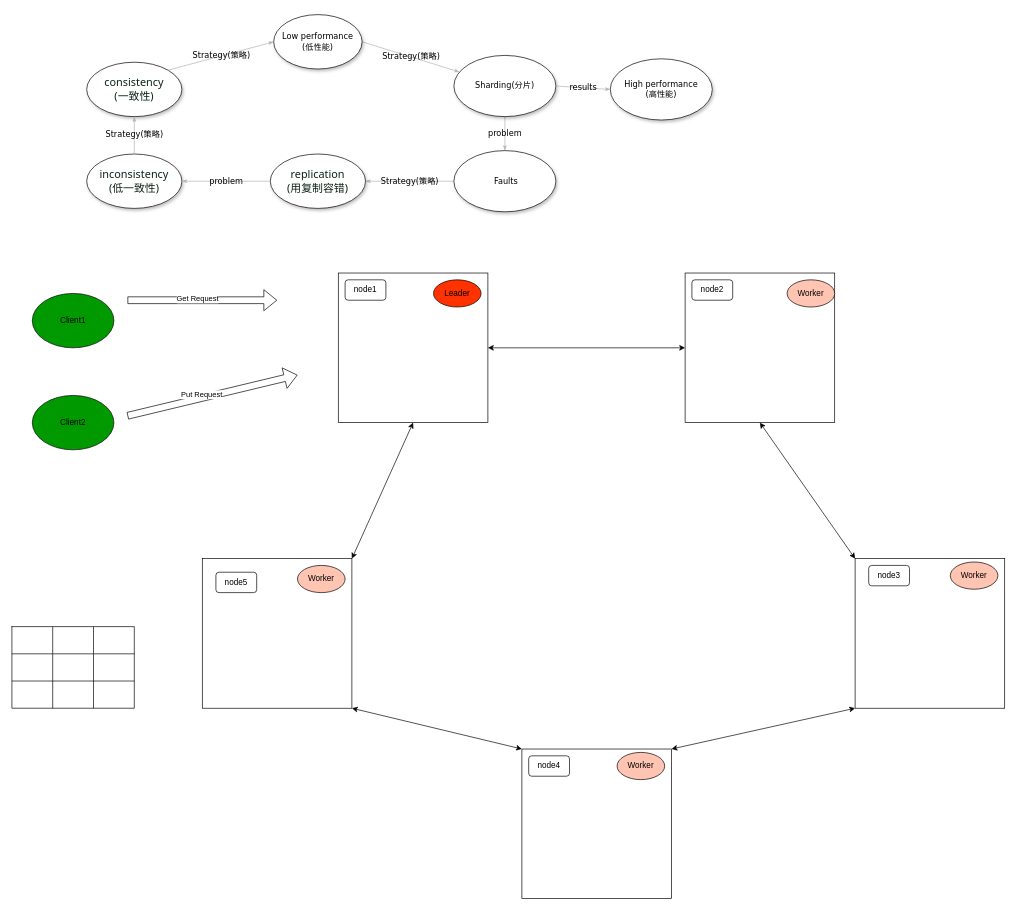
Before: 分布式理论.drawio in GIS142857/UML, a draw.io diagram. Source tidied: cells renumbered, new cells numbered last; positions are measured from the earlier drawing's top-left corner, leaving out a move shared by most shapes. Both pictures are drawn from the tidied source at 68%, with x=0, y=0 at pixel (12, 14).
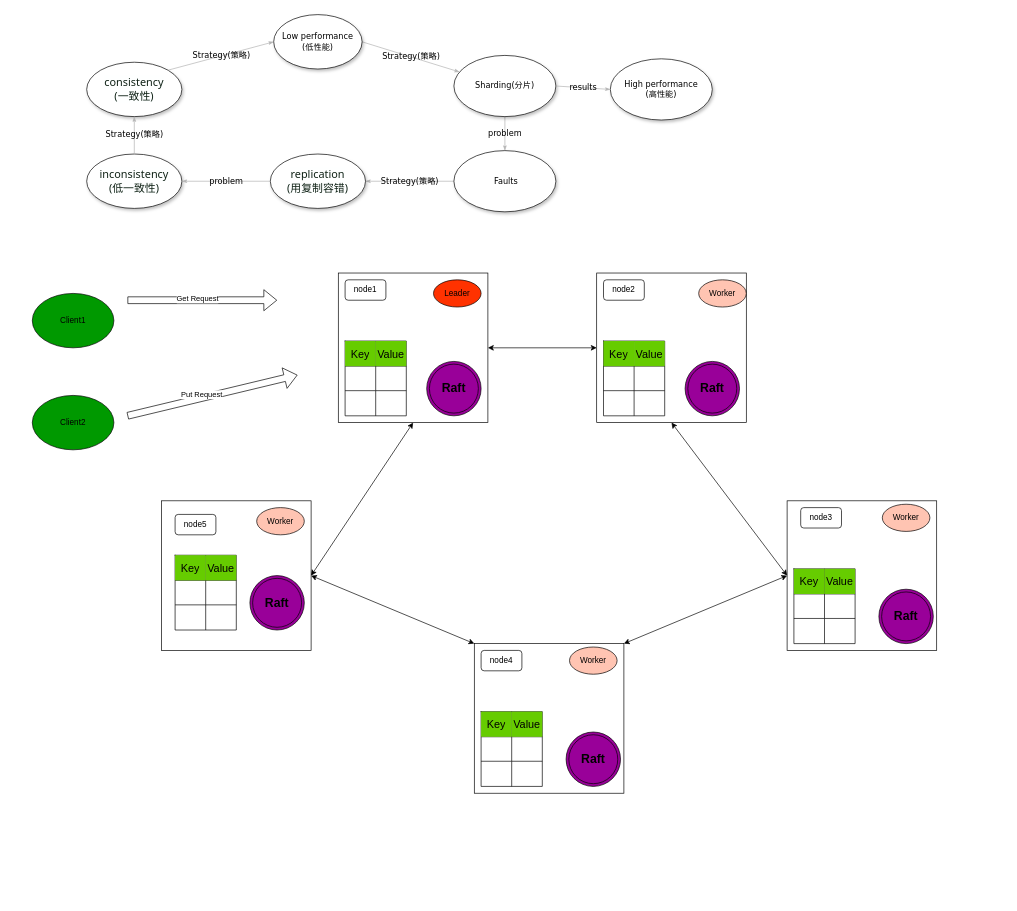
The same page after the edit.

Commit message:
Update 分布式理论.drawio

Unchanged cells that the change refers to:
```xml
<mxCell id="16" style="whiteSpace=wrap;html=1;" parent="1" vertex="1">
  <mxGeometry x="480" y="380" width="220" height="220" as="geometry" />
</mxCell>
```

What changed in the source:
```diff
@@
     <mxCell id="17" style="whiteSpace=wrap;html=1;" parent="1" vertex="1">
-      <mxGeometry x="750" y="1080" width="220" height="220" as="geometry" />
+      <mxGeometry x="680" y="925" width="220" height="220" as="geometry" />
     </mxCell>
     <mxCell id="18" style="whiteSpace=wrap;html=1;" parent="1" vertex="1">
-      <mxGeometry x="990" y="380" width="220" height="220" as="geometry" />
+      <mxGeometry x="860" y="380" width="220" height="220" as="geometry" />
     </mxCell>
-    <mxCell id="19" style="endArrow=classic;startArrow=classic;html=1;rounded=0;entryX=0;entryY=1;entryDx=0;entryDy=0;exitX=1;exitY=0;exitDx=0;exitDy=0;" parent="1" edge="1" source="17" target="30">
+    <mxCell id="19" style="endArrow=classic;startArrow=classic;html=1;rounded=0;entryX=0;entryY=0.5;entryDx=0;entryDy=0;exitX=1;exitY=0;exitDx=0;exitDy=0;" parent="1" edge="1" source="17" target="30">
       <mxGeometry relative="1" as="geometry" />
     </mxCell>
-    <mxCell id="20" style="endArrow=classic;startArrow=classic;html=1;rounded=0;entryX=1;entryY=1;entryDx=0;entryDy=0;exitX=0;exitY=0;exitDx=0;exitDy=0;" parent="1" edge="1" source="17" target="32">
+    <mxCell id="20" style="endArrow=classic;startArrow=classic;html=1;rounded=0;entryX=1;entryY=0.5;entryDx=0;entryDy=0;exitX=0;exitY=0;exitDx=0;exitDy=0;" parent="1" edge="1" source="17" target="32">
       <mxGeometry relative="1" as="geometry" />
     </mxCell>
@@
     <mxCell id="29" value="node2" style="rounded=1;whiteSpace=wrap;html=1;" parent="1" vertex="1">
-      <mxGeometry x="1000" y="390" width="60" height="30" as="geometry" />
+      <mxGeometry x="870" y="390" width="60" height="30" as="geometry" />
     </mxCell>
     <mxCell id="30" style="whiteSpace=wrap;html=1;" parent="1" vertex="1">
-      <mxGeometry x="1240" y="800" width="220" height="220" as="geometry" />
+      <mxGeometry x="1140" y="715" width="220" height="220" as="geometry" />
     </mxCell>
     <mxCell id="31" value="node4" style="rounded=1;whiteSpace=wrap;html=1;" parent="1" vertex="1">
-      <mxGeometry x="760" y="1090" width="60" height="30" as="geometry" />
+      <mxGeometry x="690" y="935" width="60" height="30" as="geometry" />
     </mxCell>
     <mxCell id="32" style="whiteSpace=wrap;html=1;" parent="1" vertex="1">
-      <mxGeometry x="280" y="800" width="220" height="220" as="geometry" />
+      <mxGeometry x="220" y="715" width="220" height="220" as="geometry" />
     </mxCell>
     <mxCell id="33" value="node5" style="rounded=1;whiteSpace=wrap;html=1;" parent="1" vertex="1">
-      <mxGeometry x="300" y="820" width="60" height="30" as="geometry" />
+      <mxGeometry x="240" y="735" width="60" height="30" as="geometry" />
     </mxCell>
     <mxCell id="34" value="node3" style="rounded=1;whiteSpace=wrap;html=1;" parent="1" vertex="1">
-      <mxGeometry x="1260" y="810" width="60" height="30" as="geometry" />
+      <mxGeometry x="1160" y="725" width="60" height="30" as="geometry" />
     </mxCell>
-    <mxCell id="35" style="endArrow=classic;startArrow=classic;html=1;rounded=0;entryX=1;entryY=0;entryDx=0;entryDy=0;exitX=0.5;exitY=1;exitDx=0;exitDy=0;" parent="1" edge="1" source="16" target="32">
+    <mxCell id="35" style="endArrow=classic;startArrow=classic;html=1;rounded=0;entryX=1;entryY=0.5;entryDx=0;entryDy=0;exitX=0.5;exitY=1;exitDx=0;exitDy=0;" parent="1" edge="1" source="16" target="32">
       <mxGeometry relative="1" as="geometry" />
     </mxCell>
-    <mxCell id="36" style="endArrow=classic;startArrow=classic;html=1;rounded=0;entryX=0.5;entryY=1;entryDx=0;entryDy=0;exitX=0;exitY=0;exitDx=0;exitDy=0;" parent="1" edge="1" source="30" target="18">
+    <mxCell id="36" style="endArrow=classic;startArrow=classic;html=1;rounded=0;entryX=0.5;entryY=1;entryDx=0;entryDy=0;exitX=0;exitY=0.5;exitDx=0;exitDy=0;" parent="1" edge="1" source="30" target="18">
       <mxGeometry relative="1" as="geometry" />
     </mxCell>
@@
     <mxCell id="38" value="Worker" style="ellipse;whiteSpace=wrap;html=1;fillColor=light-dark(#FFC4B2,var(--ge-dark-color, #121212));" parent="1" vertex="1">
-      <mxGeometry x="1140" y="390" width="70" height="40" as="geometry" />
+      <mxGeometry x="1010" y="390" width="70" height="40" as="geometry" />
     </mxCell>
     <mxCell id="39" value="Worker" style="ellipse;whiteSpace=wrap;html=1;fillColor=light-dark(#FFC4B2,var(--ge-dark-color, #121212));" parent="1" vertex="1">
-      <mxGeometry x="1380" y="805" width="70" height="40" as="geometry" />
+      <mxGeometry x="1280" y="720" width="70" height="40" as="geometry" />
     </mxCell>
     <mxCell id="40" value="Worker" style="ellipse;whiteSpace=wrap;html=1;fillColor=light-dark(#FFC4B2,var(--ge-dark-color, #121212));" parent="1" vertex="1">
-      <mxGeometry x="890" y="1085" width="70" height="40" as="geometry" />
+      <mxGeometry x="820" y="930" width="70" height="40" as="geometry" />
     </mxCell>
     <mxCell id="41" value="Worker" style="ellipse;whiteSpace=wrap;html=1;fillColor=light-dark(#FFC4B2,var(--ge-dark-color, #121212));" parent="1" vertex="1">
-      <mxGeometry x="420" y="810" width="70" height="40" as="geometry" />
+      <mxGeometry x="360" y="725" width="70" height="40" as="geometry" />
     </mxCell>
     <mxCell id="42" style="shape=table;startSize=0;childLayout=tableLayout;fontSize=16;" parent="1" vertex="1">
-      <mxGeometry y="900" width="180" height="120" as="geometry" />
+      <mxGeometry x="240" y="795" width="90" height="110" as="geometry" />
     </mxCell>
     <mxCell id="43" style="shape=tableRow;horizontal=0;startSize=0;swimlaneHead=0;swimlaneBody=0;strokeColor=inherit;top=0;left=0;bottom=0;right=0;fillColor=none;fontSize=16;" parent="42" vertex="1">
-      <mxGeometry width="180" height="40" as="geometry" />
+      <mxGeometry width="90" height="37" as="geometry" />
     </mxCell>
-    <mxCell id="44" style="shape=partialRectangle;html=1;whiteSpace=wrap;strokeColor=inherit;overflow=hidden;fillColor=none;top=0;left=0;bottom=0;right=0;fontSize=16;" parent="43" vertex="1">
-      <mxGeometry width="60" height="40" as="geometry" />
+    <mxCell id="44" value="Key" style="shape=partialRectangle;html=1;whiteSpace=wrap;strokeColor=inherit;overflow=hidden;fillColor=#66CC00;top=0;left=0;bottom=0;right=0;fontSize=16;" parent="43" vertex="1">
+      <mxGeometry width="45" height="37" as="geometry" />
     </mxCell>
-    <mxCell id="45" style="shape=partialRectangle;html=1;whiteSpace=wrap;strokeColor=inherit;overflow=hidden;fillColor=none;top=0;left=0;bottom=0;right=0;fontSize=16;" parent="43" vertex="1">
-      <mxGeometry x="60" width="60" height="40" as="geometry" />
+    <mxCell id="45" value="Value" style="shape=partialRectangle;html=1;whiteSpace=wrap;strokeColor=inherit;overflow=hidden;fillColor=#66CC00;top=0;left=0;bottom=0;right=0;fontSize=16;" parent="43" vertex="1">
+      <mxGeometry x="45" width="45" height="37" as="geometry" />
     </mxCell>
-    <mxCell id="46" style="shape=partialRectangle;html=1;whiteSpace=wrap;strokeColor=inherit;overflow=hidden;fillColor=none;top=0;left=0;bottom=0;right=0;fontSize=16;" parent="43" vertex="1">
-      <mxGeometry x="120" width="60" height="40" as="geometry" />
-    </mxCell>
     <mxCell id="47" style="shape=tableRow;horizontal=0;startSize=0;swimlaneHead=0;swimlaneBody=0;strokeColor=inherit;top=0;left=0;bottom=0;right=0;fillColor=none;points=[[0,0.5],[1,0.5]];portConstraint=eastwest;fontSize=16;" parent="42" vertex="1">
-      <mxGeometry y="40" width="180" height="40" as="geometry" />
+      <mxGeometry y="37" width="90" height="36" as="geometry" />
     </mxCell>
     <mxCell id="48" style="shape=partialRectangle;html=1;whiteSpace=wrap;strokeColor=inherit;overflow=hidden;fillColor=none;top=0;left=0;bottom=0;right=0;fontSize=16;" parent="47" vertex="1">
-      <mxGeometry width="60" height="40" as="geometry" />
+      <mxGeometry width="45" height="36" as="geometry" />
     </mxCell>
     <mxCell id="49" style="shape=partialRectangle;html=1;whiteSpace=wrap;strokeColor=inherit;overflow=hidden;fillColor=none;top=0;left=0;bottom=0;right=0;fontSize=16;" parent="47" vertex="1">
-      <mxGeometry x="60" width="60" height="40" as="geometry" />
+      <mxGeometry x="45" width="45" height="36" as="geometry" />
     </mxCell>
-    <mxCell id="50" style="shape=partialRectangle;html=1;whiteSpace=wrap;strokeColor=inherit;overflow=hidden;fillColor=none;top=0;left=0;bottom=0;right=0;fontSize=16;" parent="47" vertex="1">
-      <mxGeometry x="120" width="60" height="40" as="geometry" />
-    </mxCell>
     <mxCell id="51" style="shape=tableRow;horizontal=0;startSize=0;swimlaneHead=0;swimlaneBody=0;strokeColor=inherit;top=0;left=0;bottom=0;right=0;fillColor=none;fontSize=16;" parent="42" vertex="1">
-      <mxGeometry y="80" width="180" height="40" as="geometry" />
+      <mxGeometry y="73" width="90" height="37" as="geometry" />
     </mxCell>
     <mxCell id="52" style="shape=partialRectangle;html=1;whiteSpace=wrap;strokeColor=inherit;overflow=hidden;fillColor=none;top=0;left=0;bottom=0;right=0;fontSize=16;" parent="51" vertex="1">
-      <mxGeometry width="60" height="40" as="geometry" />
+      <mxGeometry width="45" height="37" as="geometry" />
     </mxCell>
     <mxCell id="53" style="shape=partialRectangle;html=1;whiteSpace=wrap;strokeColor=inherit;overflow=hidden;fillColor=none;top=0;left=0;bottom=0;right=0;fontSize=16;" parent="51" vertex="1">
-      <mxGeometry x="60" width="60" height="40" as="geometry" />
+      <mxGeometry x="45" width="45" height="37" as="geometry" />
     </mxCell>
-    <mxCell id="54" style="shape=partialRectangle;html=1;whiteSpace=wrap;strokeColor=inherit;overflow=hidden;fillColor=none;top=0;left=0;bottom=0;right=0;fontSize=16;" parent="51" vertex="1">
-      <mxGeometry x="120" width="60" height="40" as="geometry" />
-    </mxCell>
@@
+    <mxCell id="56" style="shape=table;startSize=0;childLayout=tableLayout;fontSize=16;" parent="1" vertex="1">
+      <mxGeometry x="690" y="1025" width="90" height="110" as="geometry" />
+    </mxCell>
+    <mxCell id="57" style="shape=tableRow;horizontal=0;startSize=0;swimlaneHead=0;swimlaneBody=0;strokeColor=inherit;top=0;left=0;bottom=0;right=0;fillColor=none;fontSize=16;" parent="56" vertex="1">
+      <mxGeometry width="90" height="37" as="geometry" />
+    </mxCell>
+    <mxCell id="58" value="Key" style="shape=partialRectangle;html=1;whiteSpace=wrap;strokeColor=inherit;overflow=hidden;fillColor=#66CC00;top=0;left=0;bottom=0;right=0;fontSize=16;" parent="57" vertex="1">
+      <mxGeometry width="45" height="37" as="geometry" />
+    </mxCell>
+    <mxCell id="59" value="Value" style="shape=partialRectangle;html=1;whiteSpace=wrap;strokeColor=inherit;overflow=hidden;fillColor=#66CC00;top=0;left=0;bottom=0;right=0;fontSize=16;" parent="57" vertex="1">
+      <mxGeometry x="45" width="45" height="37" as="geometry" />
+    </mxCell>
+    <mxCell id="60" style="shape=tableRow;horizontal=0;startSize=0;swimlaneHead=0;swimlaneBody=0;strokeColor=inherit;top=0;left=0;bottom=0;right=0;fillColor=none;points=[[0,0.5],[1,0.5]];portConstraint=eastwest;fontSize=16;" parent="56" vertex="1">
+      <mxGeometry y="37" width="90" height="36" as="geometry" />
+    </mxCell>
+    <mxCell id="61" style="shape=partialRectangle;html=1;whiteSpace=wrap;strokeColor=inherit;overflow=hidden;fillColor=none;top=0;left=0;bottom=0;right=0;fontSize=16;" parent="60" vertex="1">
+      <mxGeometry width="45" height="36" as="geometry" />
+    </mxCell>
+    <mxCell id="62" style="shape=partialRectangle;html=1;whiteSpace=wrap;strokeColor=inherit;overflow=hidden;fillColor=none;top=0;left=0;bottom=0;right=0;fontSize=16;" parent="60" vertex="1">
+      <mxGeometry x="45" width="45" height="36" as="geometry" />
+    </mxCell>
+    <mxCell id="63" style="shape=tableRow;horizontal=0;startSize=0;swimlaneHead=0;swimlaneBody=0;strokeColor=inherit;top=0;left=0;bottom=0;right=0;fillColor=none;fontSize=16;" parent="56" vertex="1">
+      <mxGeometry y="73" width="90" height="37" as="geometry" />
+    </mxCell>
+    <mxCell id="64" style="shape=partialRectangle;html=1;whiteSpace=wrap;strokeColor=inherit;overflow=hidden;fillColor=none;top=0;left=0;bottom=0;right=0;fontSize=16;" parent="63" vertex="1">
+      <mxGeometry width="45" height="37" as="geometry" />
+    </mxCell>
+    <mxCell id="65" style="shape=partialRectangle;html=1;whiteSpace=wrap;strokeColor=inherit;overflow=hidden;fillColor=none;top=0;left=0;bottom=0;right=0;fontSize=16;" parent="63" vertex="1">
+      <mxGeometry x="45" width="45" height="37" as="geometry" />
+    </mxCell>
+    <mxCell id="66" style="edgeStyle=orthogonalEdgeStyle;rounded=0;orthogonalLoop=1;jettySize=auto;html=1;exitX=1;exitY=0.5;exitDx=0;exitDy=0;" parent="56" edge="1" source="60" target="60">
+      <mxGeometry relative="1" as="geometry" />
+    </mxCell>
+    <mxCell id="67" style="shape=table;startSize=0;childLayout=tableLayout;fontSize=16;" parent="1" vertex="1">
+      <mxGeometry x="1150" y="815" width="90" height="110" as="geometry" />
+    </mxCell>
+    <mxCell id="68" style="shape=tableRow;horizontal=0;startSize=0;swimlaneHead=0;swimlaneBody=0;strokeColor=inherit;top=0;left=0;bottom=0;right=0;fillColor=none;fontSize=16;" parent="67" vertex="1">
+      <mxGeometry width="90" height="37" as="geometry" />
+    </mxCell>
+    <mxCell id="69" value="Key" style="shape=partialRectangle;html=1;whiteSpace=wrap;strokeColor=inherit;overflow=hidden;fillColor=#66CC00;top=0;left=0;bottom=0;right=0;fontSize=16;" parent="68" vertex="1">
+      <mxGeometry width="45" height="37" as="geometry" />
+    </mxCell>
+    <mxCell id="70" value="Value" style="shape=partialRectangle;html=1;whiteSpace=wrap;strokeColor=inherit;overflow=hidden;fillColor=#66CC00;top=0;left=0;bottom=0;right=0;fontSize=16;" parent="68" vertex="1">
+      <mxGeometry x="45" width="45" height="37" as="geometry" />
+    </mxCell>
+    <mxCell id="71" style="shape=tableRow;horizontal=0;startSize=0;swimlaneHead=0;swimlaneBody=0;strokeColor=inherit;top=0;left=0;bottom=0;right=0;fillColor=none;points=[[0,0.5],[1,0.5]];portConstraint=eastwest;fontSize=16;" parent="67" vertex="1">
+      <mxGeometry y="37" width="90" height="36" as="geometry" />
+    </mxCell>
+    <mxCell id="72" style="shape=partialRectangle;html=1;whiteSpace=wrap;strokeColor=inherit;overflow=hidden;fillColor=none;top=0;left=0;bottom=0;right=0;fontSize=16;" parent="71" vertex="1">
+      <mxGeometry width="45" height="36" as="geometry" />
+    </mxCell>
+    <mxCell id="73" style="shape=partialRectangle;html=1;whiteSpace=wrap;strokeColor=inherit;overflow=hidden;fillColor=none;top=0;left=0;bottom=0;right=0;fontSize=16;" parent="71" vertex="1">
+      <mxGeometry x="45" width="45" height="36" as="geometry" />
+    </mxCell>
+    <mxCell id="74" style="shape=tableRow;horizontal=0;startSize=0;swimlaneHead=0;swimlaneBody=0;strokeColor=inherit;top=0;left=0;bottom=0;right=0;fillColor=none;fontSize=16;" parent="67" vertex="1">
+      <mxGeometry y="73" width="90" height="37" as="geometry" />
+    </mxCell>
+    <mxCell id="75" style="shape=partialRectangle;html=1;whiteSpace=wrap;strokeColor=inherit;overflow=hidden;fillColor=none;top=0;left=0;bottom=0;right=0;fontSize=16;" parent="74" vertex="1">
+      <mxGeometry width="45" height="37" as="geometry" />
+    </mxCell>
+    <mxCell id="76" style="shape=partialRectangle;html=1;whiteSpace=wrap;strokeColor=inherit;overflow=hidden;fillColor=none;top=0;left=0;bottom=0;right=0;fontSize=16;" parent="74" vertex="1">
+      <mxGeometry x="45" width="45" height="37" as="geometry" />
+    </mxCell>
+    <mxCell id="77" style="edgeStyle=orthogonalEdgeStyle;rounded=0;orthogonalLoop=1;jettySize=auto;html=1;exitX=1;exitY=0.5;exitDx=0;exitDy=0;" parent="67" edge="1" source="71" target="71">
+      <mxGeometry relative="1" as="geometry" />
+    </mxCell>
+    <mxCell id="78" style="shape=table;startSize=0;childLayout=tableLayout;fontSize=16;" parent="1" vertex="1">
+      <mxGeometry x="870" y="480" width="90" height="110" as="geometry" />
+    </mxCell>
+    <mxCell id="79" style="shape=tableRow;horizontal=0;startSize=0;swimlaneHead=0;swimlaneBody=0;strokeColor=inherit;top=0;left=0;bottom=0;right=0;fillColor=none;fontSize=16;" parent="78" vertex="1">
+      <mxGeometry width="90" height="37" as="geometry" />
+    </mxCell>
+    <mxCell id="80" value="Key" style="shape=partialRectangle;html=1;whiteSpace=wrap;strokeColor=inherit;overflow=hidden;fillColor=#66CC00;top=0;left=0;bottom=0;right=0;fontSize=16;" parent="79" vertex="1">
+      <mxGeometry width="45" height="37" as="geometry" />
+    </mxCell>
+    <mxCell id="81" value="Value" style="shape=partialRectangle;html=1;whiteSpace=wrap;strokeColor=inherit;overflow=hidden;fillColor=#66CC00;top=0;left=0;bottom=0;right=0;fontSize=16;" parent="79" vertex="1">
+      <mxGeometry x="45" width="45" height="37" as="geometry" />
+    </mxCell>
+    <mxCell id="82" style="shape=tableRow;horizontal=0;startSize=0;swimlaneHead=0;swimlaneBody=0;strokeColor=inherit;top=0;left=0;bottom=0;right=0;fillColor=none;points=[[0,0.5],[1,0.5]];portConstraint=eastwest;fontSize=16;" parent="78" vertex="1">
+      <mxGeometry y="37" width="90" height="36" as="geometry" />
+    </mxCell>
+    <mxCell id="83" style="shape=partialRectangle;html=1;whiteSpace=wrap;strokeColor=inherit;overflow=hidden;fillColor=none;top=0;left=0;bottom=0;right=0;fontSize=16;" parent="82" vertex="1">
+      <mxGeometry width="45" height="36" as="geometry" />
+    </mxCell>
+    <mxCell id="84" style="shape=partialRectangle;html=1;whiteSpace=wrap;strokeColor=inherit;overflow=hidden;fillColor=none;top=0;left=0;bottom=0;right=0;fontSize=16;" parent="82" vertex="1">
+      <mxGeometry x="45" width="45" height="36" as="geometry" />
+    </mxCell>
+    <mxCell id="85" style="shape=tableRow;horizontal=0;startSize=0;swimlaneHead=0;swimlaneBody=0;strokeColor=inherit;top=0;left=0;bottom=0;right=0;fillColor=none;fontSize=16;" parent="78" vertex="1">
+      <mxGeometry y="73" width="90" height="37" as="geometry" />
+    </mxCell>
+    <mxCell id="86" style="shape=partialRectangle;html=1;whiteSpace=wrap;strokeColor=inherit;overflow=hidden;fillColor=none;top=0;left=0;bottom=0;right=0;fontSize=16;" parent="85" vertex="1">
+      <mxGeometry width="45" height="37" as="geometry" />
+    </mxCell>
+    <mxCell id="87" style="shape=partialRectangle;html=1;whiteSpace=wrap;strokeColor=inherit;overflow=hidden;fillColor=none;top=0;left=0;bottom=0;right=0;fontSize=16;" parent="85" vertex="1">
+      <mxGeometry x="45" width="45" height="37" as="geometry" />
+    </mxCell>
+    <mxCell id="88" style="edgeStyle=orthogonalEdgeStyle;rounded=0;orthogonalLoop=1;jettySize=auto;html=1;exitX=1;exitY=0.5;exitDx=0;exitDy=0;" parent="78" edge="1" source="82" target="82">
+      <mxGeometry relative="1" as="geometry" />
+    </mxCell>
+    <mxCell id="89" style="shape=table;startSize=0;childLayout=tableLayout;fontSize=16;" parent="1" vertex="1">
+      <mxGeometry x="490" y="480" width="90" height="110" as="geometry" />
+    </mxCell>
+    <mxCell id="90" style="shape=tableRow;horizontal=0;startSize=0;swimlaneHead=0;swimlaneBody=0;strokeColor=inherit;top=0;left=0;bottom=0;right=0;fillColor=none;fontSize=16;" parent="89" vertex="1">
+      <mxGeometry width="90" height="37" as="geometry" />
+    </mxCell>
+    <mxCell id="91" value="Key" style="shape=partialRectangle;html=1;whiteSpace=wrap;strokeColor=inherit;overflow=hidden;fillColor=#66CC00;top=0;left=0;bottom=0;right=0;fontSize=16;" parent="90" vertex="1">
+      <mxGeometry width="45" height="37" as="geometry" />
+    </mxCell>
+    <mxCell id="92" value="Value" style="shape=partialRectangle;html=1;whiteSpace=wrap;strokeColor=inherit;overflow=hidden;fillColor=#66CC00;top=0;left=0;bottom=0;right=0;fontSize=16;" parent="90" vertex="1">
+      <mxGeometry x="45" width="45" height="37" as="geometry" />
+    </mxCell>
+    <mxCell id="93" style="shape=tableRow;horizontal=0;startSize=0;swimlaneHead=0;swimlaneBody=0;strokeColor=inherit;top=0;left=0;bottom=0;right=0;fillColor=none;points=[[0,0.5],[1,0.5]];portConstraint=eastwest;fontSize=16;" parent="89" vertex="1">
+      <mxGeometry y="37" width="90" height="36" as="geometry" />
+    </mxCell>
+    <mxCell id="94" style="shape=partialRectangle;html=1;whiteSpace=wrap;strokeColor=inherit;overflow=hidden;fillColor=none;top=0;left=0;bottom=0;right=0;fontSize=16;" parent="93" vertex="1">
+      <mxGeometry width="45" height="36" as="geometry" />
+    </mxCell>
+    <mxCell id="95" style="shape=partialRectangle;html=1;whiteSpace=wrap;strokeColor=inherit;overflow=hidden;fillColor=none;top=0;left=0;bottom=0;right=0;fontSize=16;" parent="93" vertex="1">
+      <mxGeometry x="45" width="45" height="36" as="geometry" />
+    </mxCell>
+    <mxCell id="96" style="shape=tableRow;horizontal=0;startSize=0;swimlaneHead=0;swimlaneBody=0;strokeColor=inherit;top=0;left=0;bottom=0;right=0;fillColor=none;fontSize=16;" parent="89" vertex="1">
+      <mxGeometry y="73" width="90" height="37" as="geometry" />
+    </mxCell>
+    <mxCell id="97" style="shape=partialRectangle;html=1;whiteSpace=wrap;strokeColor=inherit;overflow=hidden;fillColor=none;top=0;left=0;bottom=0;right=0;fontSize=16;" parent="96" vertex="1">
+      <mxGeometry width="45" height="37" as="geometry" />
+    </mxCell>
+    <mxCell id="98" style="shape=partialRectangle;html=1;whiteSpace=wrap;strokeColor=inherit;overflow=hidden;fillColor=none;top=0;left=0;bottom=0;right=0;fontSize=16;" parent="96" vertex="1">
+      <mxGeometry x="45" width="45" height="37" as="geometry" />
+    </mxCell>
+    <mxCell id="99" style="edgeStyle=orthogonalEdgeStyle;rounded=0;orthogonalLoop=1;jettySize=auto;html=1;exitX=1;exitY=0.5;exitDx=0;exitDy=0;" parent="89" edge="1" source="93" target="93">
+      <mxGeometry relative="1" as="geometry" />
+    </mxCell>
+    <mxCell id="100" value="&lt;font style=&quot;font-size: 18px;&quot;&gt;&lt;b&gt;Raft&lt;/b&gt;&lt;/font&gt;" style="ellipse;shape=doubleEllipse;whiteSpace=wrap;html=1;fillColor=light-dark(#990099,var(--ge-dark-color, #121212));" parent="1" vertex="1">
+      <mxGeometry x="610" y="510" width="80" height="80" as="geometry" />
+    </mxCell>
+    <mxCell id="101" value="&lt;font style=&quot;font-size: 18px;&quot;&gt;&lt;b&gt;Raft&lt;/b&gt;&lt;/font&gt;" style="ellipse;shape=doubleEllipse;whiteSpace=wrap;html=1;fillColor=light-dark(#990099,var(--ge-dark-color, #121212));" parent="1" vertex="1">
+      <mxGeometry x="990" y="510" width="80" height="80" as="geometry" />
+    </mxCell>
+    <mxCell id="102" value="&lt;font style=&quot;font-size: 18px;&quot;&gt;&lt;b&gt;Raft&lt;/b&gt;&lt;/font&gt;" style="ellipse;shape=doubleEllipse;whiteSpace=wrap;html=1;fillColor=light-dark(#990099,var(--ge-dark-color, #121212));" parent="1" vertex="1">
+      <mxGeometry x="815" y="1055" width="80" height="80" as="geometry" />
+    </mxCell>
+    <mxCell id="103" value="&lt;font style=&quot;font-size: 18px;&quot;&gt;&lt;b&gt;Raft&lt;/b&gt;&lt;/font&gt;" style="ellipse;shape=doubleEllipse;whiteSpace=wrap;html=1;fillColor=light-dark(#990099,var(--ge-dark-color, #121212));" parent="1" vertex="1">
+      <mxGeometry x="1275" y="845" width="80" height="80" as="geometry" />
+    </mxCell>
+    <mxCell id="104" value="&lt;font style=&quot;font-size: 18px;&quot;&gt;&lt;b&gt;Raft&lt;/b&gt;&lt;/font&gt;" style="ellipse;shape=doubleEllipse;whiteSpace=wrap;html=1;fillColor=light-dark(#990099,var(--ge-dark-color, #121212));" parent="1" vertex="1">
+      <mxGeometry x="350" y="825" width="80" height="80" as="geometry" />
+    </mxCell>
```
